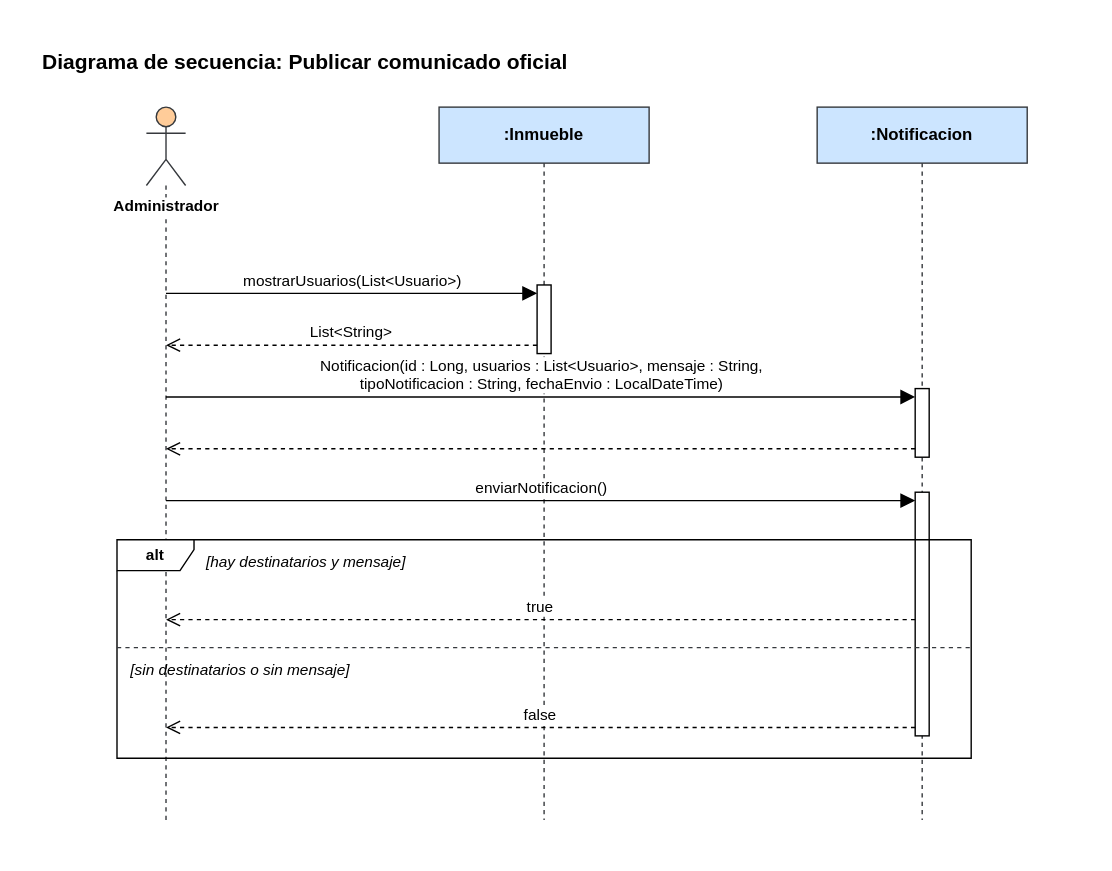
Earlier version of the draw.io export Diagramas/Secuencia/publicar-comunicado-oficial.svg (manuel20051208/HorizontalSoftware-Back-End). Source tidied: cells renumbered, new cells last; positions are measured from the earlier drawing's top-left corner, leaving out a move shared by most shapes.
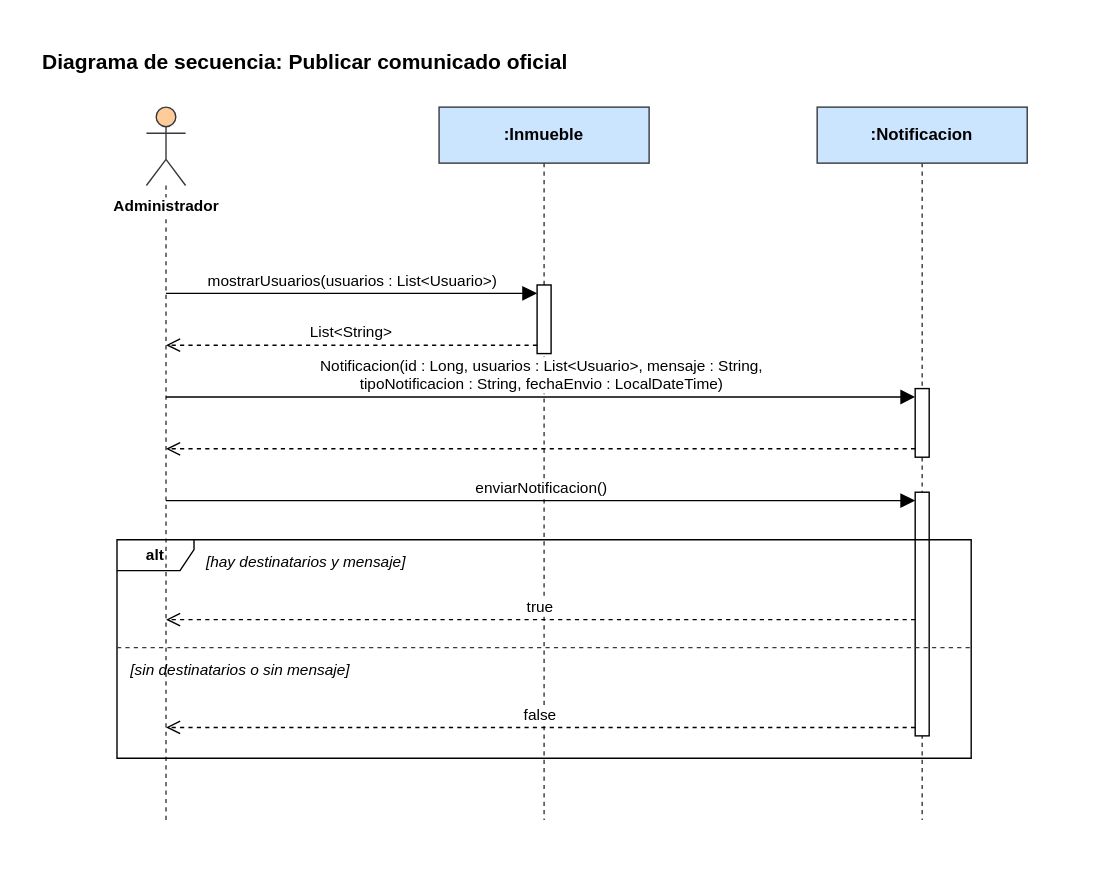
After the commit.

What changed in the source:
```diff
@@ -23,7 +23,7 @@
     <mxCell id="8" style="html=1;points=[];perimeter=orthogonalPerimeter;fillColor=#ffffff;strokeColor=#000000;" parent="1" vertex="1">
       <mxGeometry x="625" y="323" width="10" height="174" as="geometry" />
     </mxCell>
-    <mxCell id="9" value="mostrarUsuarios(List&amp;lt;Usuario&amp;gt;)" style="html=1;verticalAlign=bottom;rounded=0;fontSize=11;strokeColor=#000000;endArrow=block;endFill=1;endSize=8;exitX=0.5000;exitY=0.2613;exitDx=0;exitDy=0;exitPerimeter=0;entryX=0.0000;entryY=0.1224;entryDx=0;entryDy=0;entryPerimeter=0;" parent="1" edge="1" source="3" target="6">
+    <mxCell id="9" value="mostrarUsuarios(usuarios : List&amp;lt;Usuario&amp;gt;)" style="html=1;verticalAlign=bottom;rounded=0;fontSize=11;strokeColor=#000000;endArrow=block;endFill=1;endSize=8;exitX=0.5000;exitY=0.2613;exitDx=0;exitDy=0;exitPerimeter=0;entryX=0.0000;entryY=0.1224;entryDx=0;entryDy=0;entryPerimeter=0;" parent="1" edge="1" source="3" target="6">
       <mxGeometry relative="1" as="geometry" />
     </mxCell>
     <mxCell id="10" value="List&amp;lt;String&amp;gt;" style="html=1;verticalAlign=bottom;rounded=0;fontSize=11;strokeColor=#000000;dashed=1;endArrow=open;endFill=0;endSize=8;exitX=0.0000;exitY=0.8776;exitDx=0;exitDy=0;exitPerimeter=0;entryX=0.5000;entryY=0.3340;entryDx=0;entryDy=0;entryPerimeter=0;" parent="1" edge="1" source="6" target="3">
@@ -44,7 +44,7 @@
     <mxCell id="15" value="false" style="html=1;verticalAlign=bottom;rounded=0;fontSize=11;strokeColor=#000000;dashed=1;endArrow=open;endFill=0;endSize=8;exitX=0.0000;exitY=0.9655;exitDx=0;exitDy=0;exitPerimeter=0;entryX=0.5000;entryY=0.8703;entryDx=0;entryDy=0;entryPerimeter=0;" parent="1" edge="1" source="8" target="3">
       <mxGeometry relative="1" as="geometry" />
     </mxCell>
-    <mxCell id="16" value="alt" style="shape=umlFrame;whiteSpace=wrap;html=1;fontStyle=1;fontSize=11;width=55;height=22;" parent="1" vertex="1">
+    <mxCell id="16" value="alt" style="shape=umlFrame;whiteSpace=wrap;html=1;fontStyle=1;fontSize=11;width=55;height=22;fillColor=none;" parent="1" vertex="1">
       <mxGeometry x="55" y="357" width="610" height="156" as="geometry" />
     </mxCell>
     <mxCell id="17" style="endArrow=none;dashed=1;html=1;strokeColor=#36393d;" parent="1" edge="1">
```
